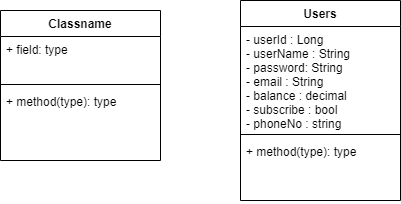
The draw.io diagram PatikaC101/UML_Diagrams/MoviesDiagram.png in emrepirvan/PatikaC101, before a commit. Source tidied: cells renumbered, new cells last; positions are measured from the earlier drawing's top-left corner, leaving out a move shared by most shapes. Source of this version:
```xml
<mxGraphModel>
  <root>
    <mxCell id="0" />
    <mxCell id="1" parent="0" />
    <mxCell id="2" value="Users" style="swimlane;fontStyle=1;align=center;verticalAlign=top;horizontal=1;startSize=26;" parent="1" vertex="1">
      <mxGeometry x="240" width="160" height="200" as="geometry" />
    </mxCell>
    <mxCell id="3" value="- userId : Long&#10;- userName : String &#10;- password: String&#10;- email : String&#10;- balance : decimal&#10;- subscribe : bool&#10;- phoneNo : string&#10;" style="text;strokeColor=none;fillColor=none;align=left;verticalAlign=top;spacingLeft=4;spacingRight=4;overflow=hidden;" parent="2" vertex="1">
      <mxGeometry y="26" width="160" height="104" as="geometry" />
    </mxCell>
    <mxCell id="4" style="line;strokeWidth=1;fillColor=none;align=left;verticalAlign=middle;spacingTop=-1;spacingLeft=3;spacingRight=3;labelPosition=right;" parent="2" vertex="1">
      <mxGeometry y="130" width="160" height="8" as="geometry" />
    </mxCell>
    <mxCell id="5" value="+ method(type): type" style="text;strokeColor=none;fillColor=none;align=left;verticalAlign=top;spacingLeft=4;spacingRight=4;overflow=hidden;points=[[0,0.5],[1,0.5]];portConstraint=eastwest;" parent="2" vertex="1">
      <mxGeometry y="138" width="160" height="62" as="geometry" />
    </mxCell>
    <mxCell id="6" value="Classname" style="swimlane;fontStyle=1;align=center;verticalAlign=top;horizontal=1;startSize=26;" parent="1" vertex="1">
      <mxGeometry y="10" width="160" height="150" as="geometry" />
    </mxCell>
    <mxCell id="7" value="+ field: type" style="text;strokeColor=none;fillColor=none;align=left;verticalAlign=top;spacingLeft=4;spacingRight=4;overflow=hidden;points=[[0,0.5],[1,0.5]];portConstraint=eastwest;" parent="6" vertex="1">
      <mxGeometry y="26" width="160" height="44" as="geometry" />
    </mxCell>
    <mxCell id="8" style="line;strokeWidth=1;fillColor=none;align=left;verticalAlign=middle;spacingTop=-1;spacingLeft=3;spacingRight=3;labelPosition=right;" parent="6" vertex="1">
      <mxGeometry y="70" width="160" height="8" as="geometry" />
    </mxCell>
    <mxCell id="9" value="+ method(type): type" style="text;strokeColor=none;fillColor=none;align=left;verticalAlign=top;spacingLeft=4;spacingRight=4;overflow=hidden;" parent="6" vertex="1">
      <mxGeometry y="78" width="160" height="72" as="geometry" />
    </mxCell>
  </root>
</mxGraphModel>
```
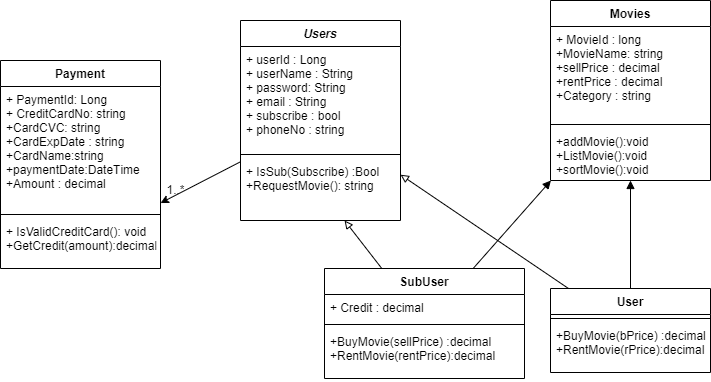
Later version of the same file.

Change to the diagram source:
```diff
@@ -2,29 +2,80 @@
   <root>
     <mxCell id="0" />
     <mxCell id="1" parent="0" />
+    <mxCell id="10" style="rounded=0;jettySize=auto;html=1;entryX=1;entryY=0.94;entryDx=0;entryDy=0;entryPerimeter=0;" parent="1" edge="1" source="2" target="7">
+      <mxGeometry relative="1" as="geometry" />
+    </mxCell>
-    <mxCell id="2" value="Users" style="swimlane;fontStyle=1;align=center;verticalAlign=top;horizontal=1;startSize=26;" parent="1" vertex="1">
-      <mxGeometry x="240" width="160" height="200" as="geometry" />
+    <mxCell id="2" value="Users" style="swimlane;fontStyle=3;align=center;verticalAlign=top;horizontal=1;startSize=26;" parent="1" vertex="1">
+      <mxGeometry x="170" y="-50" width="160" height="200" as="geometry" />
     </mxCell>
-    <mxCell id="3" value="- userId : Long&#10;- userName : String &#10;- password: String&#10;- email : String&#10;- balance : decimal&#10;- subscribe : bool&#10;- phoneNo : string&#10;" style="text;strokeColor=none;fillColor=none;align=left;verticalAlign=top;spacingLeft=4;spacingRight=4;overflow=hidden;" parent="2" vertex="1">
+    <mxCell id="3" value="+ userId : Long&#10;+ userName : String &#10;+ password: String&#10;+ email : String&#10;+ subscribe : bool&#10;+ phoneNo : string&#10;" style="text;strokeColor=none;fillColor=none;align=left;verticalAlign=top;spacingLeft=4;spacingRight=4;overflow=hidden;" parent="2" vertex="1">
       <mxGeometry y="26" width="160" height="104" as="geometry" />
     </mxCell>
     <mxCell id="4" style="line;strokeWidth=1;fillColor=none;align=left;verticalAlign=middle;spacingTop=-1;spacingLeft=3;spacingRight=3;labelPosition=right;" parent="2" vertex="1">
       <mxGeometry y="130" width="160" height="8" as="geometry" />
     </mxCell>
-    <mxCell id="5" value="+ method(type): type" style="text;strokeColor=none;fillColor=none;align=left;verticalAlign=top;spacingLeft=4;spacingRight=4;overflow=hidden;points=[[0,0.5],[1,0.5]];portConstraint=eastwest;" parent="2" vertex="1">
+    <mxCell id="5" value="+ IsSub(Subscribe) :Bool&#10;+RequestMovie(): string" style="text;strokeColor=none;fillColor=none;align=left;verticalAlign=top;spacingLeft=4;spacingRight=4;overflow=hidden;points=[[0,0.5],[1,0.5]];portConstraint=eastwest;" parent="2" vertex="1">
       <mxGeometry y="138" width="160" height="62" as="geometry" />
     </mxCell>
-    <mxCell id="6" value="Classname" style="swimlane;fontStyle=1;align=center;verticalAlign=top;horizontal=1;startSize=26;" parent="1" vertex="1">
-      <mxGeometry y="10" width="160" height="150" as="geometry" />
+    <mxCell id="6" value="Payment" style="swimlane;fontStyle=1;align=center;verticalAlign=top;horizontal=1;startSize=26;" parent="1" vertex="1">
+      <mxGeometry x="-70" y="-10" width="160" height="208" as="geometry" />
     </mxCell>
-    <mxCell id="7" value="+ field: type" style="text;strokeColor=none;fillColor=none;align=left;verticalAlign=top;spacingLeft=4;spacingRight=4;overflow=hidden;points=[[0,0.5],[1,0.5]];portConstraint=eastwest;" parent="6" vertex="1">
-      <mxGeometry y="26" width="160" height="44" as="geometry" />
+    <mxCell id="7" value="+ PaymentId: Long&#10;+ CreditCardNo: string&#10;+CardCVC: string&#10;+CardExpDate : string&#10;+CardName:string&#10;+paymentDate:DateTime&#10;+Amount : decimal&#10;&#10;" style="text;strokeColor=none;fillColor=none;align=left;verticalAlign=top;spacingLeft=4;spacingRight=4;overflow=hidden;points=[[0,0.5],[1,0.5]];portConstraint=eastwest;" parent="6" vertex="1">
+      <mxGeometry y="26" width="160" height="124" as="geometry" />
     </mxCell>
     <mxCell id="8" style="line;strokeWidth=1;fillColor=none;align=left;verticalAlign=middle;spacingTop=-1;spacingLeft=3;spacingRight=3;labelPosition=right;" parent="6" vertex="1">
-      <mxGeometry y="70" width="160" height="8" as="geometry" />
+      <mxGeometry y="150" width="160" height="8" as="geometry" />
     </mxCell>
-    <mxCell id="9" value="+ method(type): type" style="text;strokeColor=none;fillColor=none;align=left;verticalAlign=top;spacingLeft=4;spacingRight=4;overflow=hidden;" parent="6" vertex="1">
-      <mxGeometry y="78" width="160" height="72" as="geometry" />
+    <mxCell id="9" value="+ IsValidCreditCard(): void&#10;+GetCredit(amount):decimal" style="text;strokeColor=none;fillColor=none;align=left;verticalAlign=top;spacingLeft=4;spacingRight=4;overflow=hidden;" parent="6" vertex="1">
+      <mxGeometry y="158" width="160" height="50" as="geometry" />
     </mxCell>
+    <mxCell id="11" value="1..*" style="text;html=1;align=center;verticalAlign=middle;strokeColor=none;fillColor=none;" parent="1" vertex="1">
+      <mxGeometry x="90" y="110" width="30" height="20" as="geometry" />
+    </mxCell>
+    <mxCell id="12" style="edgeStyle=none;rounded=0;jettySize=auto;html=1;endArrow=block;endFill=0;" parent="1" edge="1" source="14" target="2">
+      <mxGeometry relative="1" as="geometry" />
+    </mxCell>
+    <mxCell id="13" style="edgeStyle=none;rounded=0;jettySize=auto;html=1;endArrow=block;endFill=1;" parent="1" edge="1" source="14" target="26">
+      <mxGeometry relative="1" as="geometry" />
+    </mxCell>
+    <mxCell id="14" value="User" style="swimlane;fontStyle=1;align=center;verticalAlign=top;horizontal=1;startSize=26;" parent="1" vertex="1">
+      <mxGeometry x="480" y="218" width="160" height="84" as="geometry" />
+    </mxCell>
+    <mxCell id="15" style="line;strokeWidth=1;fillColor=none;align=left;verticalAlign=middle;spacingTop=-1;spacingLeft=3;spacingRight=3;labelPosition=right;" parent="14" vertex="1">
+      <mxGeometry y="26" width="160" height="8" as="geometry" />
+    </mxCell>
+    <mxCell id="16" value="+BuyMovie(bPrice) :decimal&#10;+RentMovie(rPrice):decimal" style="text;strokeColor=none;fillColor=none;align=left;verticalAlign=top;spacingLeft=4;spacingRight=4;overflow=hidden;" parent="14" vertex="1">
+      <mxGeometry y="34" width="160" height="50" as="geometry" />
+    </mxCell>
+    <mxCell id="17" style="edgeStyle=none;rounded=0;jettySize=auto;html=1;endArrow=block;endFill=0;" parent="1" edge="1" source="19" target="5">
+      <mxGeometry relative="1" as="geometry" />
+    </mxCell>
+    <mxCell id="18" style="edgeStyle=none;rounded=0;jettySize=auto;html=1;endArrow=block;endFill=1;" parent="1" edge="1" source="19" target="23">
+      <mxGeometry relative="1" as="geometry" />
+    </mxCell>
+    <mxCell id="19" value="SubUser" style="swimlane;fontStyle=1;align=center;verticalAlign=top;horizontal=1;startSize=26;" parent="1" vertex="1">
+      <mxGeometry x="254" y="198" width="200" height="110" as="geometry" />
+    </mxCell>
+    <mxCell id="20" value="+ Credit : decimal" style="text;strokeColor=none;fillColor=none;align=left;verticalAlign=top;spacingLeft=4;spacingRight=4;overflow=hidden;" parent="19" vertex="1">
+      <mxGeometry y="26" width="200" height="26" as="geometry" />
+    </mxCell>
+    <mxCell id="21" style="line;strokeWidth=1;fillColor=none;align=left;verticalAlign=middle;spacingTop=-1;spacingLeft=3;spacingRight=3;labelPosition=right;" parent="19" vertex="1">
+      <mxGeometry y="52" width="200" height="8" as="geometry" />
+    </mxCell>
+    <mxCell id="22" value="+BuyMovie(sellPrice) :decimal&#10;+RentMovie(rentPrice):decimal" style="text;strokeColor=none;fillColor=none;align=left;verticalAlign=top;spacingLeft=4;spacingRight=4;overflow=hidden;" parent="19" vertex="1">
+      <mxGeometry y="60" width="200" height="50" as="geometry" />
+    </mxCell>
+    <mxCell id="23" value="Movies" style="swimlane;fontStyle=1;align=center;verticalAlign=top;horizontal=1;startSize=26;" parent="1" vertex="1">
+      <mxGeometry x="480" y="-70" width="160" height="180" as="geometry" />
+    </mxCell>
+    <mxCell id="24" value="+ MovieId : long&#10;+MovieName: string&#10;+sellPrice : decimal&#10;+rentPrice : decimal&#10;+Category : string" style="text;strokeColor=none;fillColor=none;align=left;verticalAlign=top;spacingLeft=4;spacingRight=4;overflow=hidden;" parent="23" vertex="1">
+      <mxGeometry y="26" width="160" height="94" as="geometry" />
+    </mxCell>
+    <mxCell id="25" style="line;strokeWidth=1;fillColor=none;align=left;verticalAlign=middle;spacingTop=-1;spacingLeft=3;spacingRight=3;labelPosition=right;" parent="23" vertex="1">
+      <mxGeometry y="120" width="160" height="8" as="geometry" />
+    </mxCell>
+    <mxCell id="26" value="+addMovie():void&#10;+ListMovie():void&#10;+sortMovie():void" style="text;strokeColor=none;fillColor=none;align=left;verticalAlign=top;spacingLeft=4;spacingRight=4;overflow=hidden;points=[[0,0.5],[1,0.5]];portConstraint=eastwest;" parent="23" vertex="1">
+      <mxGeometry y="128" width="160" height="52" as="geometry" />
+    </mxCell>
   </root>
 </mxGraphModel>
```
